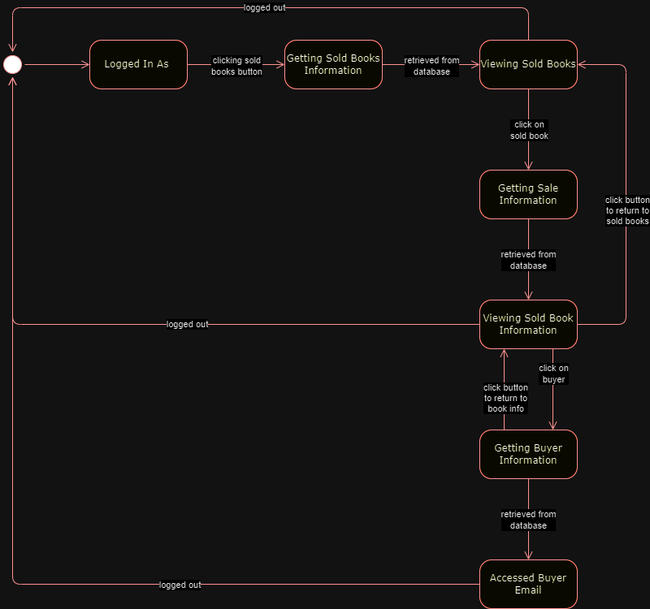
Before: Diagrams/SellerContactBuyer.png, a diagram exported from draw.io (DeeB313/Intro-To-SE-Group7). Source tidied: cells renumbered, new cells last; positions are measured from the earlier drawing's top-left corner, leaving out a move shared by most shapes.
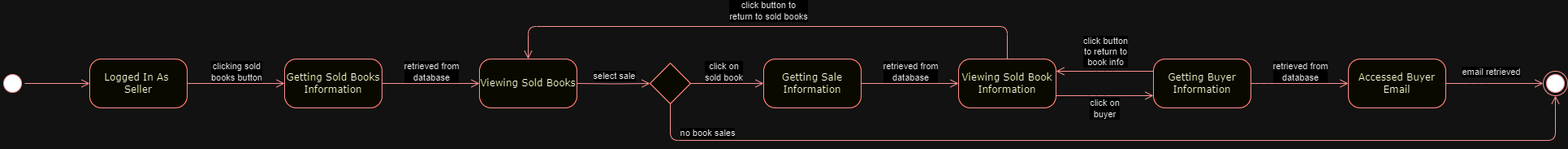
The same diagram one commit later.

Diff of the diagram source:
```diff
@@ -5,7 +5,7 @@
     <mxCell id="2" style="ellipse;html=1;shape=startState;fillColor=#000000;strokeColor=#ff0000;rounded=1;shadow=0;comic=0;labelBackgroundColor=none;fontFamily=Verdana;fontSize=12;fontColor=#000000;align=center;direction=south;" parent="1" vertex="1">
       <mxGeometry y="55" width="30" height="30" as="geometry" />
     </mxCell>
-    <mxCell id="3" value="Logged In As&amp;nbsp;" style="rounded=1;whiteSpace=wrap;html=1;arcSize=24;fillColor=#ffffc0;strokeColor=#ff0000;shadow=0;comic=0;labelBackgroundColor=none;fontFamily=Verdana;fontSize=12;fontColor=#000000;align=center;" parent="1" vertex="1">
+    <mxCell id="3" value="Logged In As&amp;nbsp;&lt;br&gt;Seller" style="rounded=1;whiteSpace=wrap;html=1;arcSize=24;fillColor=#ffffc0;strokeColor=#ff0000;shadow=0;comic=0;labelBackgroundColor=none;fontFamily=Verdana;fontSize=12;fontColor=#000000;align=center;" parent="1" vertex="1">
       <mxGeometry x="110" y="40" width="120" height="60" as="geometry" />
     </mxCell>
     <mxCell id="4" style="edgeStyle=orthogonalEdgeStyle;html=1;labelBackgroundColor=none;endArrow=open;endSize=8;strokeColor=#ff0000;fontFamily=Verdana;fontSize=12;align=left;" parent="1" edge="1" source="2" target="3">
@@ -15,89 +15,66 @@
       <mxGeometry relative="1" as="geometry" />
     </mxCell>
     <mxCell id="6" value="retrieved from&lt;br&gt;database" style="edgeLabel;html=1;align=center;verticalAlign=middle;" parent="5" vertex="1">
-      <mxGeometry y="-1" relative="1" as="geometry" />
+      <mxGeometry y="-1" relative="1" as="geometry">
+        <mxPoint y="-16" as="offset" />
+      </mxGeometry>
     </mxCell>
     <mxCell id="7" value="Viewing Sold Books" style="rounded=1;whiteSpace=wrap;html=1;arcSize=24;fillColor=#ffffc0;strokeColor=#ff0000;shadow=0;comic=0;labelBackgroundColor=none;fontFamily=Verdana;fontSize=12;fontColor=#000000;align=center;" parent="1" vertex="1">
       <mxGeometry x="590" y="40" width="120" height="60" as="geometry" />
     </mxCell>
-    <mxCell id="8" style="edgeStyle=orthogonalEdgeStyle;html=1;labelBackgroundColor=none;endArrow=open;endSize=8;strokeColor=#ff0000;fontFamily=Verdana;fontSize=12;align=left;exitX=0.5;exitY=0;exitDx=0;exitDy=0;entryX=0;entryY=0.5;entryDx=0;entryDy=0;" parent="1" edge="1" source="7" target="2">
-      <mxGeometry relative="1" as="geometry">
-        <Array as="points">
-          <mxPoint x="650" />
-          <mxPoint x="15" />
-        </Array>
-      </mxGeometry>
-    </mxCell>
-    <mxCell id="9" value="logged out" style="edgeLabel;html=1;align=center;verticalAlign=middle;" parent="8" vertex="1">
-      <mxGeometry y="-1" relative="1" as="geometry" />
-    </mxCell>
-    <mxCell id="10" style="edgeStyle=orthogonalEdgeStyle;html=1;labelBackgroundColor=none;endArrow=open;endSize=8;strokeColor=#ff0000;fontFamily=Verdana;fontSize=12;align=left;exitX=0.5;exitY=1;exitDx=0;exitDy=0;entryX=0.5;entryY=0;entryDx=0;entryDy=0;" parent="1" edge="1" source="7" target="27">
-      <mxGeometry relative="1" as="geometry" />
+    <mxCell id="10" style="edgeStyle=orthogonalEdgeStyle;html=1;labelBackgroundColor=none;endArrow=open;endSize=8;strokeColor=#ff0000;fontFamily=Verdana;fontSize=12;align=left;entryX=0;entryY=0.5;entryDx=0;entryDy=0;" parent="1" edge="1" target="36">
+      <mxGeometry relative="1" as="geometry">
+        <mxPoint x="710" y="70" as="sourcePoint" />
+      </mxGeometry>
     </mxCell>
-    <mxCell id="11" value="click on &lt;br&gt;sold book" style="edgeLabel;html=1;align=center;verticalAlign=middle;" parent="10" vertex="1">
+    <mxCell id="11" value="select sale" style="edgeLabel;html=1;align=center;verticalAlign=middle;" parent="10" vertex="1">
       <mxGeometry y="-1" relative="1" as="geometry">
-        <mxPoint x="1" as="offset" />
+        <mxPoint x="1" y="-11" as="offset" />
       </mxGeometry>
     </mxCell>
     <mxCell id="12" value="Viewing Sold Book Information" style="rounded=1;whiteSpace=wrap;html=1;arcSize=24;fillColor=#ffffc0;strokeColor=#ff0000;shadow=0;comic=0;labelBackgroundColor=none;fontFamily=Verdana;fontSize=12;fontColor=#000000;align=center;" parent="1" vertex="1">
-      <mxGeometry x="590" y="360" width="120" height="60" as="geometry" />
+      <mxGeometry x="1180" y="40" width="120" height="60" as="geometry" />
     </mxCell>
-    <mxCell id="13" style="edgeStyle=orthogonalEdgeStyle;html=1;labelBackgroundColor=none;endArrow=open;endSize=8;strokeColor=#ff0000;fontFamily=Verdana;fontSize=12;align=left;exitX=1;exitY=0.5;exitDx=0;exitDy=0;entryX=1;entryY=0.5;entryDx=0;entryDy=0;" parent="1" edge="1" source="12" target="7">
+    <mxCell id="13" style="edgeStyle=orthogonalEdgeStyle;html=1;labelBackgroundColor=none;endArrow=open;endSize=8;strokeColor=#ff0000;fontFamily=Verdana;fontSize=12;align=left;exitX=0.5;exitY=0;exitDx=0;exitDy=0;entryX=0.5;entryY=0;entryDx=0;entryDy=0;" parent="1" edge="1" source="12" target="7">
       <mxGeometry relative="1" as="geometry">
         <Array as="points">
-          <mxPoint x="770" y="390" />
-          <mxPoint x="770" y="70" />
+          <mxPoint x="1240" />
+          <mxPoint x="650" />
         </Array>
       </mxGeometry>
     </mxCell>
-    <mxCell id="14" value="click button &lt;br&gt;to return to&lt;br&gt;sold books" style="edgeLabel;html=1;align=center;verticalAlign=middle;" parent="13" vertex="1">
+    <mxCell id="14" value="click button to &lt;br&gt;return to sold books" style="edgeLabel;html=1;align=center;verticalAlign=middle;" parent="13" vertex="1">
       <mxGeometry y="-1" relative="1" as="geometry">
-        <mxPoint y="20" as="offset" />
+        <mxPoint x="1" y="-19" as="offset" />
       </mxGeometry>
     </mxCell>
     <mxCell id="15" value="Accessed Buyer Email" style="rounded=1;whiteSpace=wrap;html=1;arcSize=24;fillColor=#ffffc0;strokeColor=#ff0000;shadow=0;comic=0;labelBackgroundColor=none;fontFamily=Verdana;fontSize=12;fontColor=#000000;align=center;" parent="1" vertex="1">
-      <mxGeometry x="590" y="680" width="120" height="60" as="geometry" />
+      <mxGeometry x="1660" y="40" width="120" height="60" as="geometry" />
     </mxCell>
-    <mxCell id="16" style="edgeStyle=orthogonalEdgeStyle;html=1;labelBackgroundColor=none;endArrow=open;endSize=8;strokeColor=#ff0000;fontFamily=Verdana;fontSize=12;align=left;exitX=0.75;exitY=1;exitDx=0;exitDy=0;entryX=0.75;entryY=0;entryDx=0;entryDy=0;" parent="1" edge="1" source="12" target="32">
-      <mxGeometry relative="1" as="geometry" />
+    <mxCell id="16" style="edgeStyle=orthogonalEdgeStyle;html=1;labelBackgroundColor=none;endArrow=open;endSize=8;strokeColor=#ff0000;fontFamily=Verdana;fontSize=12;align=left;exitX=1;exitY=0.75;exitDx=0;exitDy=0;entryX=0;entryY=0.75;entryDx=0;entryDy=0;" parent="1" edge="1" source="12" target="32">
+      <mxGeometry relative="1" as="geometry">
+        <Array as="points">
+          <mxPoint x="1350" y="85" />
+          <mxPoint x="1350" y="85" />
+        </Array>
+      </mxGeometry>
     </mxCell>
     <mxCell id="17" value="click on &lt;br&gt;buyer" style="edgeLabel;html=1;align=center;verticalAlign=middle;" parent="16" vertex="1">
       <mxGeometry x="-0.01" relative="1" as="geometry">
-        <mxPoint y="-19" as="offset" />
+        <mxPoint y="15" as="offset" />
       </mxGeometry>
     </mxCell>
-    <mxCell id="18" style="edgeStyle=orthogonalEdgeStyle;html=1;labelBackgroundColor=none;endArrow=open;endSize=8;strokeColor=#ff0000;fontFamily=Verdana;fontSize=12;align=left;exitX=0;exitY=0.5;exitDx=0;exitDy=0;entryX=1;entryY=0.5;entryDx=0;entryDy=0;" parent="1" edge="1" source="12" target="2">
-      <mxGeometry relative="1" as="geometry">
-        <Array as="points">
-          <mxPoint x="15" y="390" />
-        </Array>
-      </mxGeometry>
-    </mxCell>
-    <mxCell id="19" value="logged out" style="edgeLabel;html=1;align=center;verticalAlign=middle;" parent="18" vertex="1">
-      <mxGeometry y="-1" relative="1" as="geometry">
-        <mxPoint x="81" as="offset" />
-      </mxGeometry>
-    </mxCell>
-    <mxCell id="20" style="edgeStyle=orthogonalEdgeStyle;html=1;labelBackgroundColor=none;endArrow=open;endSize=8;strokeColor=#ff0000;fontFamily=Verdana;fontSize=12;align=left;exitX=0;exitY=0.5;exitDx=0;exitDy=0;entryX=1;entryY=0.5;entryDx=0;entryDy=0;" parent="1" edge="1" source="15" target="2">
-      <mxGeometry relative="1" as="geometry">
-        <Array as="points">
-          <mxPoint x="15" y="710" />
-        </Array>
-      </mxGeometry>
-    </mxCell>
-    <mxCell id="21" value="logged out" style="edgeLabel;html=1;align=center;verticalAlign=middle;" parent="20" vertex="1">
-      <mxGeometry y="-1" relative="1" as="geometry">
-        <mxPoint x="204" y="27" as="offset" />
-      </mxGeometry>
-    </mxCell>
-    <mxCell id="22" style="edgeStyle=orthogonalEdgeStyle;html=1;labelBackgroundColor=none;endArrow=open;endSize=8;strokeColor=#ff0000;fontFamily=Verdana;fontSize=12;align=left;exitX=0.25;exitY=0;exitDx=0;exitDy=0;" parent="1" edge="1" source="32">
+    <mxCell id="22" style="edgeStyle=orthogonalEdgeStyle;html=1;labelBackgroundColor=none;endArrow=open;endSize=8;strokeColor=#ff0000;fontFamily=Verdana;fontSize=12;align=left;exitX=0;exitY=0.25;exitDx=0;exitDy=0;entryX=1;entryY=0.25;entryDx=0;entryDy=0;" parent="1" edge="1" source="32" target="12">
       <mxGeometry relative="1" as="geometry">
-        <mxPoint x="620" y="420" as="targetPoint" />
+        <Array as="points">
+          <mxPoint x="1360" y="55" />
+          <mxPoint x="1360" y="55" />
+        </Array>
       </mxGeometry>
     </mxCell>
     <mxCell id="23" value="click button &lt;br&gt;to return to&lt;br&gt;book info" style="edgeLabel;html=1;align=center;verticalAlign=middle;" parent="22" vertex="1">
       <mxGeometry y="-1" relative="1" as="geometry">
-        <mxPoint y="10" as="offset" />
+        <mxPoint y="-24" as="offset" />
       </mxGeometry>
     </mxCell>
     <mxCell id="24" value="Getting Sold Books Information" style="rounded=1;whiteSpace=wrap;html=1;arcSize=24;fillColor=#ffffc0;strokeColor=#ff0000;shadow=0;comic=0;labelBackgroundColor=none;fontFamily=Verdana;fontSize=12;fontColor=#000000;align=center;" parent="1" vertex="1">
@@ -107,25 +84,76 @@
       <mxGeometry relative="1" as="geometry" />
     </mxCell>
     <mxCell id="26" value="clicking sold&lt;br&gt;books button" style="edgeLabel;html=1;align=center;verticalAlign=middle;" parent="25" vertex="1">
-      <mxGeometry y="-1" relative="1" as="geometry" />
+      <mxGeometry y="-1" relative="1" as="geometry">
+        <mxPoint y="-16" as="offset" />
+      </mxGeometry>
     </mxCell>
     <mxCell id="27" value="Getting Sale Information" style="rounded=1;whiteSpace=wrap;html=1;arcSize=24;fillColor=#ffffc0;strokeColor=#ff0000;shadow=0;comic=0;labelBackgroundColor=none;fontFamily=Verdana;fontSize=12;fontColor=#000000;align=center;" parent="1" vertex="1">
-      <mxGeometry x="590" y="200" width="120" height="60" as="geometry" />
+      <mxGeometry x="940" y="40" width="120" height="60" as="geometry" />
     </mxCell>
-    <mxCell id="28" style="edgeStyle=orthogonalEdgeStyle;html=1;labelBackgroundColor=none;endArrow=open;endSize=8;strokeColor=#ff0000;fontFamily=Verdana;fontSize=12;align=left;exitX=0.5;exitY=1;exitDx=0;exitDy=0;entryX=0.5;entryY=0;entryDx=0;entryDy=0;" parent="1" edge="1" source="27" target="12">
+    <mxCell id="28" style="edgeStyle=orthogonalEdgeStyle;html=1;labelBackgroundColor=none;endArrow=open;endSize=8;strokeColor=#ff0000;fontFamily=Verdana;fontSize=12;align=left;exitX=1;exitY=0.5;exitDx=0;exitDy=0;entryX=0;entryY=0.5;entryDx=0;entryDy=0;" parent="1" edge="1" source="27" target="12">
       <mxGeometry relative="1" as="geometry" />
     </mxCell>
     <mxCell id="29" value="retrieved from&lt;br&gt;database" style="edgeLabel;html=1;align=center;verticalAlign=middle;" parent="28" vertex="1">
-      <mxGeometry y="-1" relative="1" as="geometry" />
+      <mxGeometry y="-1" relative="1" as="geometry">
+        <mxPoint y="-16" as="offset" />
+      </mxGeometry>
     </mxCell>
-    <mxCell id="30" style="edgeStyle=orthogonalEdgeStyle;html=1;labelBackgroundColor=none;endArrow=open;endSize=8;strokeColor=#ff0000;fontFamily=Verdana;fontSize=12;align=left;exitX=0.5;exitY=1;exitDx=0;exitDy=0;entryX=0.5;entryY=0;entryDx=0;entryDy=0;" parent="1" edge="1" source="32" target="15">
-      <mxGeometry relative="1" as="geometry" />
+    <mxCell id="30" style="edgeStyle=orthogonalEdgeStyle;html=1;labelBackgroundColor=none;endArrow=open;endSize=8;strokeColor=#ff0000;fontFamily=Verdana;fontSize=12;align=left;exitX=1;exitY=0.5;exitDx=0;exitDy=0;entryX=0;entryY=0.5;entryDx=0;entryDy=0;" parent="1" edge="1" source="32" target="15">
+      <mxGeometry relative="1" as="geometry">
+        <Array as="points">
+          <mxPoint x="1550" y="70" />
+          <mxPoint x="1550" y="70" />
+        </Array>
+      </mxGeometry>
     </mxCell>
     <mxCell id="31" value="retrieved from&lt;br&gt;database" style="edgeLabel;html=1;align=center;verticalAlign=middle;" parent="30" vertex="1">
-      <mxGeometry y="-1" relative="1" as="geometry" />
+      <mxGeometry y="-1" relative="1" as="geometry">
+        <mxPoint y="-16" as="offset" />
+      </mxGeometry>
     </mxCell>
     <mxCell id="32" value="Getting Buyer Information" style="rounded=1;whiteSpace=wrap;html=1;arcSize=24;fillColor=#ffffc0;strokeColor=#ff0000;shadow=0;comic=0;labelBackgroundColor=none;fontFamily=Verdana;fontSize=12;fontColor=#000000;align=center;" parent="1" vertex="1">
-      <mxGeometry x="590" y="520" width="120" height="60" as="geometry" />
+      <mxGeometry x="1420" y="40" width="120" height="60" as="geometry" />
     </mxCell>
+    <mxCell id="33" style="ellipse;html=1;shape=endState;fillColor=#000000;strokeColor=#ff0000;" parent="1" vertex="1">
+      <mxGeometry x="1900" y="55" width="30" height="30" as="geometry" />
+    </mxCell>
+    <mxCell id="34" style="edgeStyle=orthogonalEdgeStyle;html=1;labelBackgroundColor=none;endArrow=open;endSize=8;strokeColor=#ff0000;fontFamily=Verdana;fontSize=12;align=left;exitX=1;exitY=0.5;exitDx=0;exitDy=0;entryX=0;entryY=0.5;entryDx=0;entryDy=0;" parent="1" edge="1" source="15" target="33">
+      <mxGeometry relative="1" as="geometry">
+        <Array as="points">
+          <mxPoint x="1820" y="70" />
+          <mxPoint x="1820" y="70" />
+        </Array>
+      </mxGeometry>
+    </mxCell>
+    <mxCell id="35" value="email retrieved" style="edgeLabel;html=1;align=center;verticalAlign=middle;" parent="34" vertex="1">
+      <mxGeometry y="-1" relative="1" as="geometry">
+        <mxPoint x="-5" y="-16" as="offset" />
+      </mxGeometry>
+    </mxCell>
+    <mxCell id="36" style="rhombus;whiteSpace=wrap;html=1;fontColor=#000000;fillColor=#ffffc0;strokeColor=#ff0000;" parent="1" vertex="1">
+      <mxGeometry x="800" y="45" width="50" height="50" as="geometry" />
+    </mxCell>
+    <mxCell id="37" style="edgeStyle=orthogonalEdgeStyle;html=1;labelBackgroundColor=none;endArrow=open;endSize=8;strokeColor=#ff0000;fontFamily=Verdana;fontSize=12;align=left;entryX=0;entryY=0.5;entryDx=0;entryDy=0;exitX=1;exitY=0.5;exitDx=0;exitDy=0;" parent="1" edge="1" source="36" target="27">
+      <mxGeometry relative="1" as="geometry" />
+    </mxCell>
+    <mxCell id="38" value="click on &lt;br&gt;sold book" style="edgeLabel;html=1;align=center;verticalAlign=middle;" parent="37" vertex="1">
+      <mxGeometry y="-1" relative="1" as="geometry">
+        <mxPoint x="-5" y="-16" as="offset" />
+      </mxGeometry>
+    </mxCell>
+    <mxCell id="39" style="edgeStyle=orthogonalEdgeStyle;html=1;labelBackgroundColor=none;endArrow=open;endSize=8;strokeColor=#ff0000;fontFamily=Verdana;fontSize=12;align=left;entryX=0.5;entryY=1;entryDx=0;entryDy=0;exitX=0.5;exitY=1;exitDx=0;exitDy=0;" parent="1" edge="1" source="36" target="33">
+      <mxGeometry relative="1" as="geometry">
+        <Array as="points">
+          <mxPoint x="825" y="140" />
+          <mxPoint x="1915" y="140" />
+        </Array>
+      </mxGeometry>
+    </mxCell>
+    <mxCell id="40" value="no book sales" style="edgeLabel;html=1;align=center;verticalAlign=middle;" parent="39" vertex="1">
+      <mxGeometry y="-1" relative="1" as="geometry">
+        <mxPoint x="-507" y="-11" as="offset" />
+      </mxGeometry>
+    </mxCell>
   </root>
 </mxGraphModel>
```
